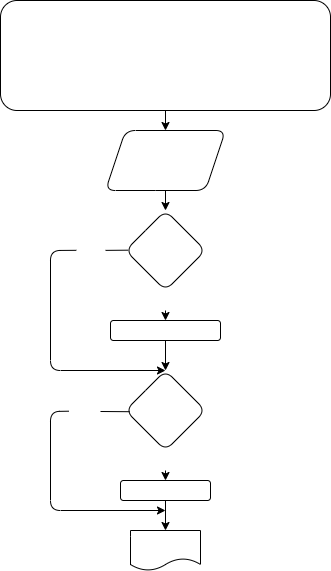
This is HomeWork01/Task02/diagram.drawio.png from belkst/CSharp, a draw.io export, as it was before one commit. Source tidied: cells renumbered, new cells last; positions are measured from the earlier drawing's top-left corner, leaving out a move shared by most shapes.
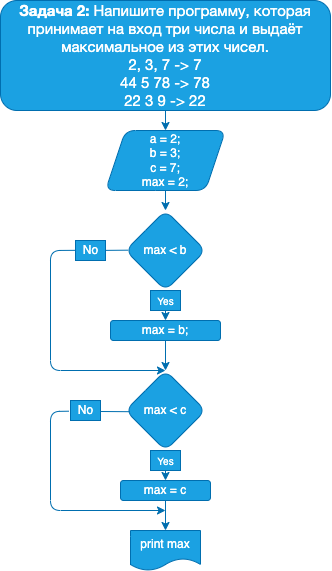
Above is the later version.

Commit message:
Скорректировал диаграмму в 2-й задаче по цветам, так как в гитхабе отображалась без цветов

What changed in the source:
```diff
@@ -2,43 +2,43 @@
   <root>
     <mxCell id="0" />
     <mxCell id="1" parent="0" />
-    <mxCell id="2" style="edgeStyle=none;html=1;fontColor=#FFFFFF;" parent="1" edge="1" source="3" target="5">
+    <mxCell id="2" style="edgeStyle=none;html=1;fontColor=#FFFFFF;fillColor=#1ba1e2;strokeColor=#006EAF;" parent="1" edge="1" source="3" target="5">
       <mxGeometry relative="1" as="geometry" />
     </mxCell>
-    <mxCell id="3" value="&lt;p style=&quot;box-sizing: border-box ; margin: 0px ; font-family: &amp;#34;roboto&amp;#34; , &amp;#34;san francisco&amp;#34; , &amp;#34;helvetica neue&amp;#34; , &amp;#34;helvetica&amp;#34; , &amp;#34;arial&amp;#34; ; font-size: 15px&quot;&gt;&lt;span style=&quot;box-sizing: border-box ; font-weight: 700&quot;&gt;Задача 2:&lt;/span&gt;&lt;span class=&quot;Apple-converted-space&quot;&gt;&amp;nbsp;&lt;/span&gt;Напишите программу, которая принимает на вход три числа и выдаёт максимальное из этих чисел.&lt;/p&gt;&lt;p style=&quot;box-sizing: border-box ; margin: 0px ; font-family: &amp;#34;roboto&amp;#34; , &amp;#34;san francisco&amp;#34; , &amp;#34;helvetica neue&amp;#34; , &amp;#34;helvetica&amp;#34; , &amp;#34;arial&amp;#34; ; font-size: 15px&quot;&gt;2, 3, 7 -&amp;gt; 7&lt;br style=&quot;box-sizing: border-box&quot;&gt;44 5 78 -&amp;gt; 78&lt;br style=&quot;box-sizing: border-box&quot;&gt;22 3 9 -&amp;gt; 22&lt;/p&gt;" style="rounded=1;whiteSpace=wrap;html=1;fontColor=#FFFFFF;" parent="1" vertex="1">
+    <mxCell id="3" value="&lt;p style=&quot;box-sizing: border-box ; margin: 0px ; font-family: &amp;quot;roboto&amp;quot; , &amp;quot;san francisco&amp;quot; , &amp;quot;helvetica neue&amp;quot; , &amp;quot;helvetica&amp;quot; , &amp;quot;arial&amp;quot; ; font-size: 15px&quot;&gt;&lt;span style=&quot;box-sizing: border-box ; font-weight: 700&quot;&gt;Задача 2:&lt;/span&gt;&lt;span class=&quot;Apple-converted-space&quot;&gt;&amp;nbsp;&lt;/span&gt;Напишите программу, которая принимает на вход три числа и выдаёт максимальное из этих чисел.&lt;/p&gt;&lt;p style=&quot;box-sizing: border-box ; margin: 0px ; font-family: &amp;quot;roboto&amp;quot; , &amp;quot;san francisco&amp;quot; , &amp;quot;helvetica neue&amp;quot; , &amp;quot;helvetica&amp;quot; , &amp;quot;arial&amp;quot; ; font-size: 15px&quot;&gt;2, 3, 7 -&amp;gt; 7&lt;br style=&quot;box-sizing: border-box&quot;&gt;44 5 78 -&amp;gt; 78&lt;br style=&quot;box-sizing: border-box&quot;&gt;22 3 9 -&amp;gt; 22&lt;/p&gt;" style="rounded=1;whiteSpace=wrap;html=1;fontColor=#FFFFFF;fillColor=#1ba1e2;strokeColor=#006EAF;" parent="1" vertex="1">
       <mxGeometry width="330" height="110" as="geometry" />
     </mxCell>
-    <mxCell id="4" style="edgeStyle=none;html=1;fontColor=#FFFFFF;" parent="1" edge="1" source="5" target="7">
+    <mxCell id="4" style="edgeStyle=none;html=1;fontColor=#FFFFFF;fillColor=#1ba1e2;strokeColor=#006EAF;" parent="1" edge="1" source="5" target="7">
       <mxGeometry relative="1" as="geometry" />
     </mxCell>
-    <mxCell id="5" value="a = 2;&lt;br&gt;b = 3;&lt;br&gt;c = 7;&lt;br&gt;max = 2;" style="shape=parallelogram;perimeter=parallelogramPerimeter;whiteSpace=wrap;html=1;fixedSize=1;fontColor=#FFFFFF;rounded=1;" parent="1" vertex="1">
+    <mxCell id="5" value="a = 2;&lt;br&gt;b = 3;&lt;br&gt;c = 7;&lt;br&gt;max = 2;" style="shape=parallelogram;perimeter=parallelogramPerimeter;whiteSpace=wrap;html=1;fixedSize=1;fontColor=#FFFFFF;rounded=1;fillColor=#1ba1e2;strokeColor=#006EAF;" parent="1" vertex="1">
       <mxGeometry x="105" y="130" width="120" height="60" as="geometry" />
     </mxCell>
-    <mxCell id="6" style="edgeStyle=none;html=1;fontColor=#FFFFFF;startArrow=none;" parent="1" edge="1" source="21" target="9">
+    <mxCell id="6" style="edgeStyle=none;html=1;fontColor=#FFFFFF;startArrow=none;fillColor=#1ba1e2;strokeColor=#006EAF;" parent="1" edge="1" source="21" target="9">
       <mxGeometry relative="1" as="geometry" />
     </mxCell>
-    <mxCell id="7" value="max &amp;lt; b" style="rhombus;whiteSpace=wrap;html=1;fontColor=#FFFFFF;rounded=1;" parent="1" vertex="1">
+    <mxCell id="7" value="max &amp;lt; b" style="rhombus;whiteSpace=wrap;html=1;fontColor=#FFFFFF;rounded=1;fillColor=#1ba1e2;strokeColor=#006EAF;" parent="1" vertex="1">
       <mxGeometry x="125" y="210" width="80" height="80" as="geometry" />
     </mxCell>
-    <mxCell id="8" style="edgeStyle=none;html=1;fontColor=#FFFFFF;entryX=0.5;entryY=0;entryDx=0;entryDy=0;" parent="1" edge="1" source="9" target="10">
+    <mxCell id="8" style="edgeStyle=none;html=1;fontColor=#FFFFFF;entryX=0.5;entryY=0;entryDx=0;entryDy=0;fillColor=#1ba1e2;strokeColor=#006EAF;" parent="1" edge="1" source="9" target="10">
       <mxGeometry relative="1" as="geometry" />
     </mxCell>
-    <mxCell id="9" value="max = b;" style="whiteSpace=wrap;html=1;fontColor=#FFFFFF;rounded=1;" parent="1" vertex="1">
+    <mxCell id="9" value="max = b;" style="whiteSpace=wrap;html=1;fontColor=#FFFFFF;rounded=1;fillColor=#1ba1e2;strokeColor=#006EAF;" parent="1" vertex="1">
       <mxGeometry x="110" y="320" width="110" height="20" as="geometry" />
     </mxCell>
-    <mxCell id="10" value="max &amp;lt; c" style="rhombus;whiteSpace=wrap;html=1;fontColor=#FFFFFF;rounded=1;" parent="1" vertex="1">
+    <mxCell id="10" value="max &amp;lt; c" style="rhombus;whiteSpace=wrap;html=1;fontColor=#FFFFFF;rounded=1;fillColor=#1ba1e2;strokeColor=#006EAF;" parent="1" vertex="1">
       <mxGeometry x="125" y="370" width="80" height="80" as="geometry" />
     </mxCell>
-    <mxCell id="11" style="edgeStyle=none;html=1;fontColor=#FFFFFF;" parent="1" edge="1" source="12" target="13">
+    <mxCell id="11" style="edgeStyle=none;html=1;fontColor=#FFFFFF;fillColor=#1ba1e2;strokeColor=#006EAF;" parent="1" edge="1" source="12" target="13">
       <mxGeometry relative="1" as="geometry" />
     </mxCell>
-    <mxCell id="12" value="max = c" style="whiteSpace=wrap;html=1;fontColor=#FFFFFF;rounded=1;" parent="1" vertex="1">
+    <mxCell id="12" value="max = c" style="whiteSpace=wrap;html=1;fontColor=#FFFFFF;rounded=1;fillColor=#1ba1e2;strokeColor=#006EAF;" parent="1" vertex="1">
       <mxGeometry x="120" y="480" width="90" height="20" as="geometry" />
     </mxCell>
-    <mxCell id="13" value="print max" style="shape=document;whiteSpace=wrap;html=1;boundedLbl=1;fontColor=#FFFFFF;rounded=1;" parent="1" vertex="1">
+    <mxCell id="13" value="print max" style="shape=document;whiteSpace=wrap;html=1;boundedLbl=1;fontColor=#FFFFFF;rounded=1;fillColor=#1ba1e2;strokeColor=#006EAF;" parent="1" vertex="1">
       <mxGeometry x="130" y="530" width="70" height="40" as="geometry" />
     </mxCell>
-    <mxCell id="14" style="endArrow=classic;html=1;fontColor=#FFFFFF;exitX=0.027;exitY=0.491;exitDx=0;exitDy=0;entryX=0.5;entryY=0;entryDx=0;entryDy=0;startArrow=none;exitPerimeter=0;" parent="1" edge="1" source="18" target="10">
+    <mxCell id="14" style="endArrow=classic;html=1;fontColor=#FFFFFF;exitX=0.027;exitY=0.491;exitDx=0;exitDy=0;entryX=0.5;entryY=0;entryDx=0;entryDy=0;startArrow=none;exitPerimeter=0;fillColor=#1ba1e2;strokeColor=#006EAF;" parent="1" edge="1" source="18" target="10">
       <mxGeometry relative="1" as="geometry">
         <Array as="points">
           <mxPoint x="50" y="250" />
@@ -46,7 +46,7 @@
         </Array>
       </mxGeometry>
     </mxCell>
-    <mxCell id="15" style="endArrow=classic;html=1;fontColor=#FFFFFF;exitX=-0.051;exitY=0.535;exitDx=0;exitDy=0;startArrow=none;exitPerimeter=0;" parent="1" edge="1" source="16">
+    <mxCell id="15" style="endArrow=classic;html=1;fontColor=#FFFFFF;exitX=-0.051;exitY=0.535;exitDx=0;exitDy=0;startArrow=none;exitPerimeter=0;fillColor=#1ba1e2;strokeColor=#006EAF;" parent="1" edge="1" source="16">
       <mxGeometry relative="1" as="geometry">
         <mxPoint x="165" y="510" as="targetPoint" />
         <Array as="points">
@@ -55,33 +55,33 @@
         </Array>
       </mxGeometry>
     </mxCell>
-    <mxCell id="16" value="No" style="text;html=1;align=center;verticalAlign=middle;points=[];strokeColor=none;fillColor=none;fontColor=#FFFFFF;" parent="1" vertex="1">
+    <mxCell id="16" value="No" style="text;html=1;align=center;verticalAlign=middle;points=[];strokeColor=#006EAF;fillColor=#1ba1e2;fontColor=#FFFFFF;" parent="1" vertex="1">
       <mxGeometry x="70" y="400" width="30" height="20" as="geometry" />
     </mxCell>
-    <mxCell id="17" style="endArrow=none;html=1;fontColor=#FFFFFF;exitX=0.052;exitY=0.515;exitDx=0;exitDy=0;exitPerimeter=0;" parent="1" edge="1" source="10">
+    <mxCell id="17" style="endArrow=none;html=1;fontColor=#FFFFFF;exitX=0.052;exitY=0.515;exitDx=0;exitDy=0;exitPerimeter=0;fillColor=#1ba1e2;strokeColor=#006EAF;" parent="1" edge="1" source="10">
       <mxGeometry relative="1" as="geometry">
         <mxPoint x="100" y="411" as="targetPoint" />
       </mxGeometry>
     </mxCell>
-    <mxCell id="18" value="No" style="text;html=1;align=center;verticalAlign=middle;points=[];strokeColor=none;fillColor=none;fontColor=#FFFFFF;" parent="1" vertex="1">
+    <mxCell id="18" value="No" style="text;html=1;align=center;verticalAlign=middle;points=[];strokeColor=#006EAF;fillColor=#1ba1e2;fontColor=#FFFFFF;" parent="1" vertex="1">
       <mxGeometry x="75" y="240" width="30" height="20" as="geometry" />
     </mxCell>
-    <mxCell id="19" style="endArrow=none;html=1;fontColor=#FFFFFF;exitX=0.034;exitY=0.496;exitDx=0;exitDy=0;exitPerimeter=0;" parent="1" edge="1" source="7" target="18">
+    <mxCell id="19" style="endArrow=none;html=1;fontColor=#FFFFFF;exitX=0.034;exitY=0.496;exitDx=0;exitDy=0;exitPerimeter=0;fillColor=#1ba1e2;strokeColor=#006EAF;" parent="1" edge="1" source="7" target="18">
       <mxGeometry relative="1" as="geometry" />
     </mxCell>
-    <mxCell id="20" style="edgeStyle=none;html=1;fontSize=10;fontColor=#FFFFFF;" parent="1" edge="1" source="21" target="7">
+    <mxCell id="20" style="edgeStyle=none;html=1;fontSize=10;fontColor=#FFFFFF;fillColor=#1ba1e2;strokeColor=#006EAF;" parent="1" edge="1" source="21" target="7">
       <mxGeometry relative="1" as="geometry" />
     </mxCell>
-    <mxCell id="21" value="Yes" style="text;html=1;align=center;verticalAlign=middle;points=[];strokeColor=none;fillColor=none;fontColor=#FFFFFF;fontSize=10;" parent="1" vertex="1">
+    <mxCell id="21" value="Yes" style="text;html=1;align=center;verticalAlign=middle;points=[];strokeColor=#006EAF;fillColor=#1ba1e2;fontColor=#FFFFFF;fontSize=10;" parent="1" vertex="1">
       <mxGeometry x="150" y="290" width="30" height="20" as="geometry" />
     </mxCell>
-    <mxCell id="22" style="edgeStyle=none;html=1;fontColor=#FFFFFF;endArrow=none;" parent="1" edge="1" source="7" target="21">
+    <mxCell id="22" style="edgeStyle=none;html=1;fontColor=#FFFFFF;endArrow=none;fillColor=#1ba1e2;strokeColor=#006EAF;" parent="1" edge="1" source="7" target="21">
       <mxGeometry relative="1" as="geometry" />
     </mxCell>
-    <mxCell id="23" style="edgeStyle=none;html=1;fontColor=#FFFFFF;startArrow=none;entryX=0.5;entryY=0;entryDx=0;entryDy=0;" parent="1" edge="1" source="24" target="12">
+    <mxCell id="23" style="edgeStyle=none;html=1;fontColor=#FFFFFF;startArrow=none;entryX=0.5;entryY=0;entryDx=0;entryDy=0;fillColor=#1ba1e2;strokeColor=#006EAF;" parent="1" edge="1" source="24" target="12">
       <mxGeometry relative="1" as="geometry" />
     </mxCell>
-    <mxCell id="24" value="Yes" style="text;html=1;align=center;verticalAlign=middle;points=[];strokeColor=none;fillColor=none;fontColor=#FFFFFF;fontSize=10;" parent="1" vertex="1">
+    <mxCell id="24" value="Yes" style="text;html=1;align=center;verticalAlign=middle;points=[];strokeColor=#006EAF;fillColor=#1ba1e2;fontColor=#FFFFFF;fontSize=10;" parent="1" vertex="1">
       <mxGeometry x="150" y="450" width="30" height="20" as="geometry" />
     </mxCell>
   </root>
```
